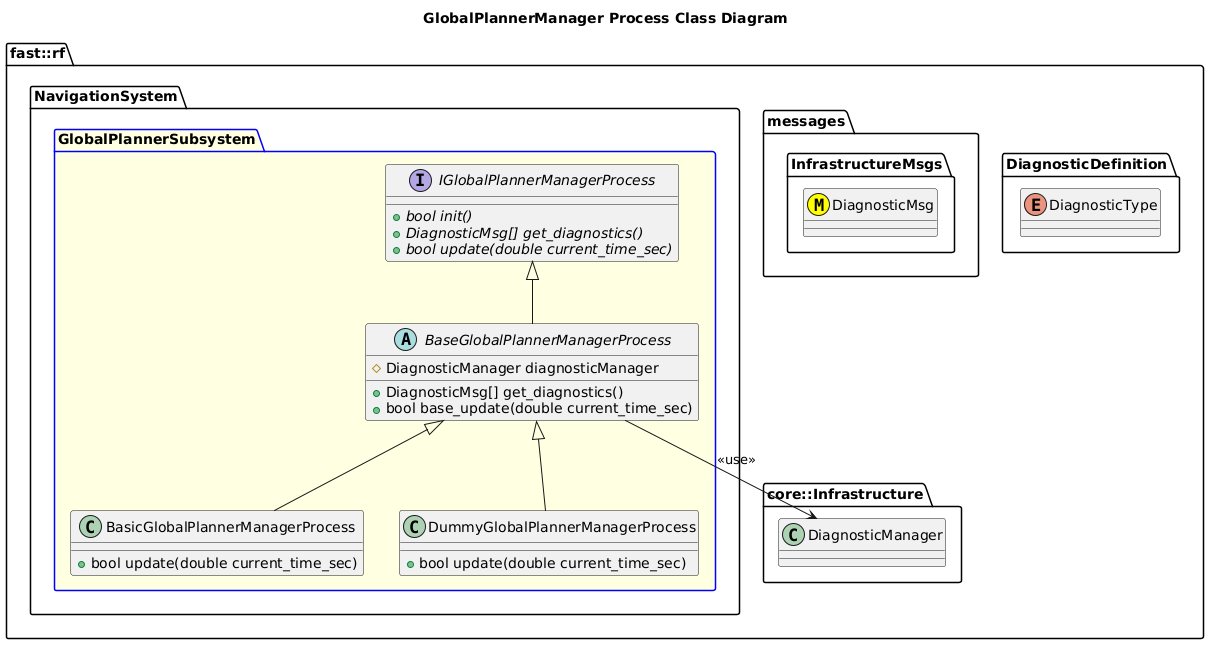
Above: Systems/Navigation/Subsystems/GlobalPlanner/Processes/GlobalPlannerManager/doc/puml/GlobalPlannerManagerProcessClassDiagram.png in fastrobotics/robot_framework (PlantUML), before the change.
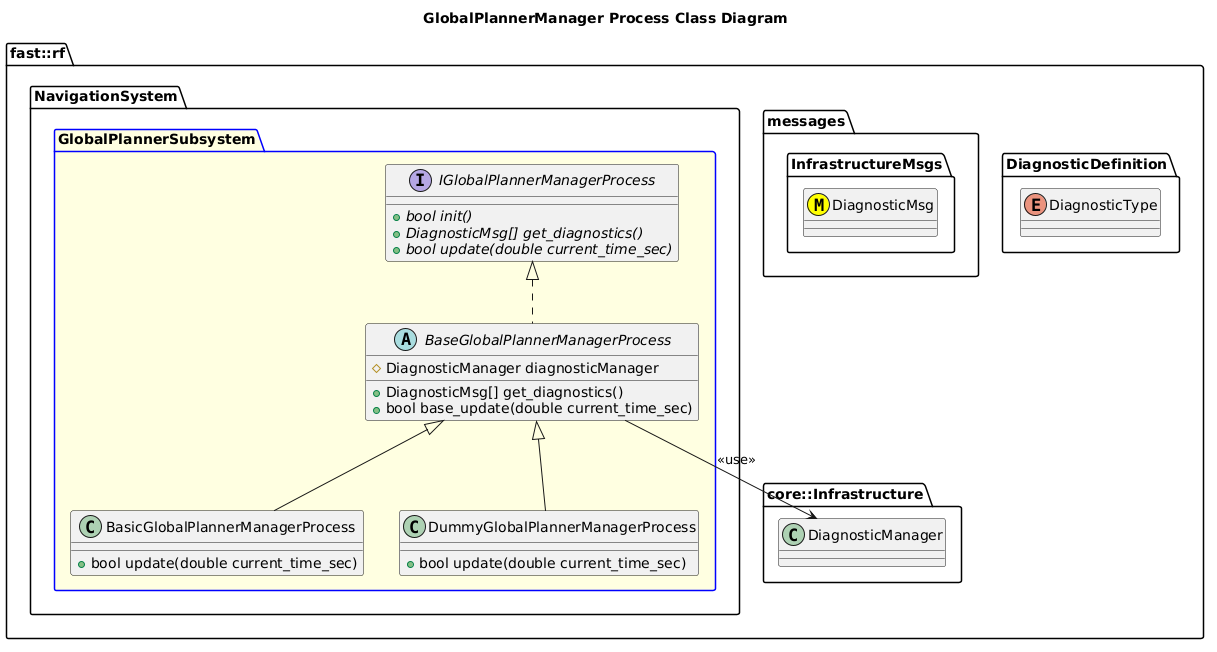
Above is the later version.

Diff of the diagram source:
```diff
@@ -26,7 +26,7 @@
           #DiagnosticManager diagnosticManager
 
         }
-        BaseGlobalPlannerManagerProcess -up-|> IGlobalPlannerManagerProcess
+        BaseGlobalPlannerManagerProcess .up.|> IGlobalPlannerManagerProcess
         BaseGlobalPlannerManagerProcess --> DiagnosticManager: <<use>>
         class BasicGlobalPlannerManagerProcess {
           +bool update(double current_time_sec)
```
